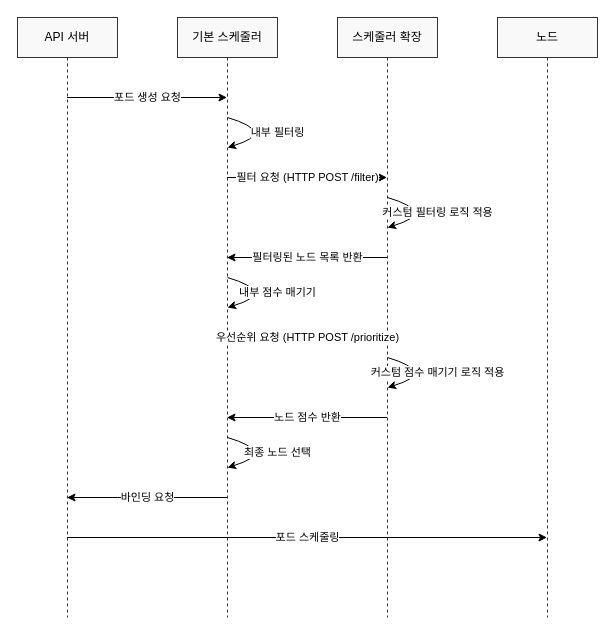
This is assets/generated-diagrams/scheduler_extender_workflow.drawio from Atom-oh/kubernetes-docs, a draw.io file, before an edit. Source tidied: cells renumbered, new cells numbered last; positions are measured from the earlier drawing's top-left corner, leaving out a move shared by most shapes. Both pictures are drawn from the tidied source at 100%, with x=0, y=0 at pixel (17, 17).
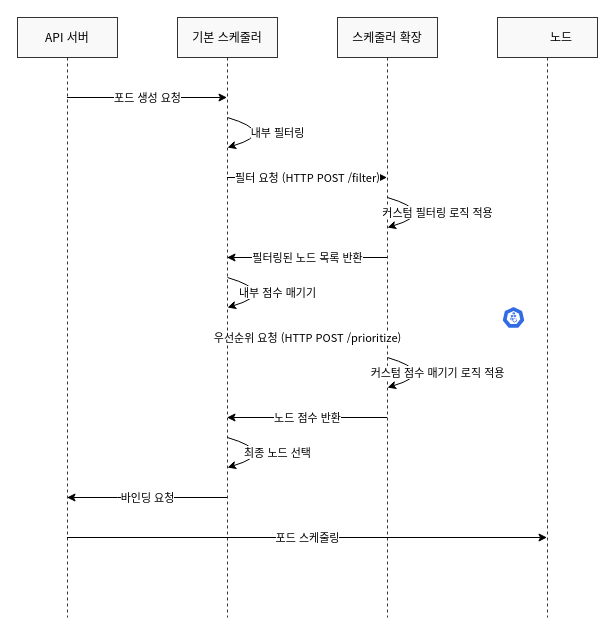
After the change.

The edit, as a diff of the source:
```diff
@@
-    <mxCell id="2" value="API 서버" style="shape=umlLifeline;perimeter=lifelinePerimeter;whiteSpace=wrap;html=1;outlineConnect=0;fillColor=#f9f9f9;strokeColor=#333333;strokeWidth=1;" parent="1" vertex="1">
+    <mxCell id="2" value="API 서버" style="shape=umlLifeline;perimeter=lifelinePerimeter;whiteSpace=wrap;html=1;outlineConnect=0;fillColor=#f9f9f9;strokeColor=#333333;strokeWidth=1;fontSize=12;fontFamily=Noto Sans CJK KR;" parent="1" vertex="1">
       <mxGeometry width="100" height="600" as="geometry" />
     </mxCell>
-    <mxCell id="3" value="기본 스케줄러" style="shape=umlLifeline;perimeter=lifelinePerimeter;whiteSpace=wrap;html=1;outlineConnect=0;fillColor=#f9f9f9;strokeColor=#333333;strokeWidth=1;" parent="1" vertex="1">
+    <mxCell id="3" value="기본 스케줄러" style="shape=umlLifeline;perimeter=lifelinePerimeter;whiteSpace=wrap;html=1;outlineConnect=0;fillColor=#f9f9f9;strokeColor=#333333;strokeWidth=1;fontSize=12;fontFamily=Noto Sans CJK KR;" parent="1" vertex="1">
       <mxGeometry x="160" width="100" height="600" as="geometry" />
     </mxCell>
-    <mxCell id="4" value="스케줄러 확장" style="shape=umlLifeline;perimeter=lifelinePerimeter;whiteSpace=wrap;html=1;outlineConnect=0;fillColor=#f9f9f9;strokeColor=#333333;strokeWidth=1;" parent="1" vertex="1">
+    <mxCell id="4" value="스케줄러 확장" style="shape=umlLifeline;perimeter=lifelinePerimeter;whiteSpace=wrap;html=1;outlineConnect=0;fillColor=#f9f9f9;strokeColor=#333333;strokeWidth=1;fontSize=12;fontFamily=Noto Sans CJK KR;" parent="1" vertex="1">
       <mxGeometry x="320" width="100" height="600" as="geometry" />
     </mxCell>
-    <mxCell id="5" value="노드" style="shape=umlLifeline;perimeter=lifelinePerimeter;whiteSpace=wrap;html=1;outlineConnect=0;fillColor=#f9f9f9;strokeColor=#333333;strokeWidth=1;" parent="1" vertex="1">
+    <mxCell id="5" value="노드" style="shape=umlLifeline;perimeter=lifelinePerimeter;whiteSpace=wrap;html=1;outlineConnect=0;fillColor=#f9f9f9;strokeColor=#333333;strokeWidth=1;fontSize=12;fontFamily=Noto Sans CJK KR;spacingLeft=28;" parent="1" vertex="1">
       <mxGeometry x="480" width="100" height="600" as="geometry" />
     </mxCell>
-    <mxCell id="6" value="포드 생성 요청" style="endArrow=classic;html=1;" parent="1" edge="1" source="2" target="3">
+    <mxCell id="6" value="포드 생성 요청" style="endArrow=classic;html=1;strokeWidth=1;fontFamily=Noto Sans CJK KR;" parent="1" edge="1" source="2" target="3">
       <mxGeometry relative="1" as="geometry">
         <Array as="points">
           <mxPoint x="110" y="80" />
         </Array>
       </mxGeometry>
     </mxCell>
-    <mxCell id="7" value="내부 필터링" style="endArrow=classic;html=1;curved=1;" parent="1" edge="1">
+    <mxCell id="7" value="내부 필터링" style="endArrow=classic;html=1;curved=1;strokeWidth=1;fontFamily=Noto Sans CJK KR;" parent="1" edge="1">
       <mxGeometry relative="1" as="geometry">
         <mxPoint x="210" y="100" as="sourcePoint" />
         <mxPoint x="210" y="130" as="targetPoint" />
         <Array as="points">
           <mxPoint x="260" y="115" />
         </Array>
       </mxGeometry>
     </mxCell>
-    <mxCell id="8" value="필터 요청 (HTTP POST /filter)" style="endArrow=classic;html=1;" parent="1" edge="1" source="3" target="4">
+    <mxCell id="8" value="필터 요청 (HTTP POST /filter)" style="endArrow=classic;html=1;strokeWidth=1;fontFamily=Noto Sans CJK KR;" parent="1" edge="1" source="3" target="4">
       <mxGeometry relative="1" as="geometry">
         <Array as="points">
           <mxPoint x="270" y="160" />
         </Array>
       </mxGeometry>
     </mxCell>
-    <mxCell id="9" value="커스텀 필터링 로직 적용" style="endArrow=classic;html=1;curved=1;" parent="1" edge="1">
+    <mxCell id="9" value="커스텀 필터링 로직 적용" style="endArrow=classic;html=1;curved=1;strokeWidth=1;fontFamily=Noto Sans CJK KR;" parent="1" edge="1">
       <mxGeometry relative="1" as="geometry">
         <mxPoint x="370" y="180" as="sourcePoint" />
         <mxPoint x="370" y="210" as="targetPoint" />
         <Array as="points">
           <mxPoint x="420" y="195" />
         </Array>
       </mxGeometry>
     </mxCell>
-    <mxCell id="10" value="필터링된 노드 목록 반환" style="endArrow=classic;html=1;" parent="1" edge="1" source="4" target="3">
+    <mxCell id="10" value="필터링된 노드 목록 반환" style="endArrow=classic;html=1;strokeWidth=1;fontFamily=Noto Sans CJK KR;" parent="1" edge="1" source="4" target="3">
       <mxGeometry relative="1" as="geometry">
         <Array as="points">
           <mxPoint x="270" y="240" />
         </Array>
       </mxGeometry>
     </mxCell>
-    <mxCell id="11" value="내부 점수 매기기" style="endArrow=classic;html=1;curved=1;" parent="1" edge="1">
+    <mxCell id="11" value="내부 점수 매기기" style="endArrow=classic;html=1;curved=1;strokeWidth=1;fontFamily=Noto Sans CJK KR;" parent="1" edge="1">
       <mxGeometry relative="1" as="geometry">
         <mxPoint x="210" y="260" as="sourcePoint" />
         <mxPoint x="210" y="290" as="targetPoint" />
         <Array as="points">
           <mxPoint x="260" y="275" />
         </Array>
       </mxGeometry>
     </mxCell>
-    <mxCell id="12" value="우선순위 요청 (HTTP POST /prioritize)" style="endArrow=classic;html=1;" parent="1" edge="1" source="3" target="4">
+    <mxCell id="12" value="우선순위 요청 (HTTP POST /prioritize)" style="endArrow=classic;html=1;strokeWidth=1;fontFamily=Noto Sans CJK KR;" parent="1" edge="1" source="3" target="4">
       <mxGeometry relative="1" as="geometry">
         <Array as="points">
           <mxPoint x="270" y="320" />
         </Array>
       </mxGeometry>
     </mxCell>
-    <mxCell id="13" value="커스텀 점수 매기기 로직 적용" style="endArrow=classic;html=1;curved=1;" parent="1" edge="1">
+    <mxCell id="13" value="커스텀 점수 매기기 로직 적용" style="endArrow=classic;html=1;curved=1;strokeWidth=1;fontFamily=Noto Sans CJK KR;" parent="1" edge="1">
       <mxGeometry relative="1" as="geometry">
         <mxPoint x="370" y="340" as="sourcePoint" />
         <mxPoint x="370" y="370" as="targetPoint" />
         <Array as="points">
           <mxPoint x="420" y="355" />
         </Array>
       </mxGeometry>
     </mxCell>
-    <mxCell id="14" value="노드 점수 반환" style="endArrow=classic;html=1;" parent="1" edge="1" source="4" target="3">
+    <mxCell id="14" value="노드 점수 반환" style="endArrow=classic;html=1;strokeWidth=1;fontFamily=Noto Sans CJK KR;" parent="1" edge="1" source="4" target="3">
       <mxGeometry relative="1" as="geometry">
         <Array as="points">
           <mxPoint x="270" y="400" />
         </Array>
       </mxGeometry>
     </mxCell>
-    <mxCell id="15" value="최종 노드 선택" style="endArrow=classic;html=1;curved=1;" parent="1" edge="1">
+    <mxCell id="15" value="최종 노드 선택" style="endArrow=classic;html=1;curved=1;strokeWidth=1;fontFamily=Noto Sans CJK KR;" parent="1" edge="1">
       <mxGeometry relative="1" as="geometry">
         <mxPoint x="210" y="420" as="sourcePoint" />
         <mxPoint x="210" y="450" as="targetPoint" />
         <Array as="points">
           <mxPoint x="260" y="435" />
         </Array>
       </mxGeometry>
     </mxCell>
-    <mxCell id="16" value="바인딩 요청" style="endArrow=classic;html=1;" parent="1" edge="1" source="3" target="2">
+    <mxCell id="16" value="바인딩 요청" style="endArrow=classic;html=1;strokeWidth=1;fontFamily=Noto Sans CJK KR;" parent="1" edge="1" source="3" target="2">
       <mxGeometry relative="1" as="geometry">
         <Array as="points">
           <mxPoint x="110" y="480" />
         </Array>
       </mxGeometry>
     </mxCell>
-    <mxCell id="17" value="포드 스케줄링" style="endArrow=classic;html=1;" parent="1" edge="1" source="2" target="5">
+    <mxCell id="17" value="포드 스케줄링" style="endArrow=classic;html=1;strokeWidth=1;fontFamily=Noto Sans CJK KR;" parent="1" edge="1" source="2" target="5">
       <mxGeometry relative="1" as="geometry">
         <Array as="points">
           <mxPoint x="280" y="520" />
         </Array>
       </mxGeometry>
     </mxCell>
+    <mxCell id="18" style="sketch=0;fontColor=#232F3E;gradientColor=none;fillColor=#326CE5;strokeColor=none;dashed=0;verticalLabelPosition=middle;verticalAlign=middle;align=left;html=1;fontSize=0;fontStyle=0;shape=mxgraph.kubernetes.icon;prIcon=node;" parent="1" vertex="1">
+      <mxGeometry x="484" y="289" width="24" height="22" as="geometry" />
+    </mxCell>
```
